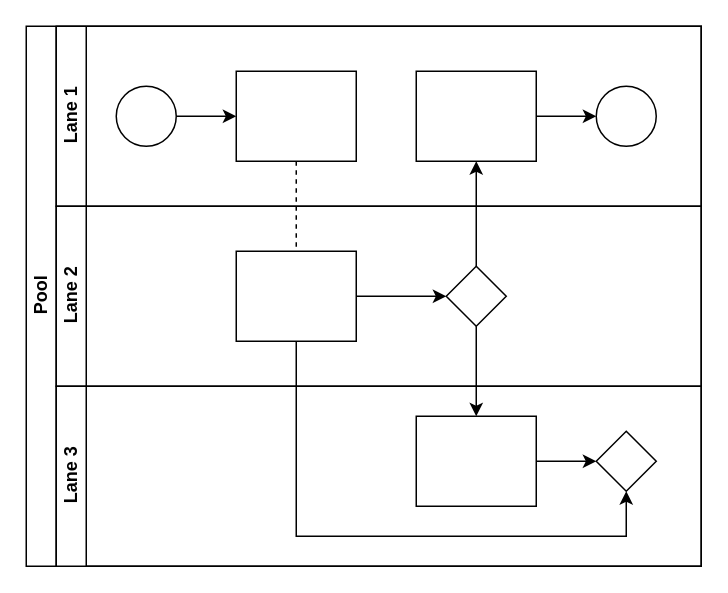
Earlier version of the draw.io diagram test.drawio (olivierbigot-pr/MDH). Source tidied: cells renumbered, new cells numbered last; positions are measured from the earlier drawing's top-left corner, leaving out a move shared by most shapes. Both pictures are drawn from the tidied source at 150%, with x=0, y=0 at pixel (26, 26).
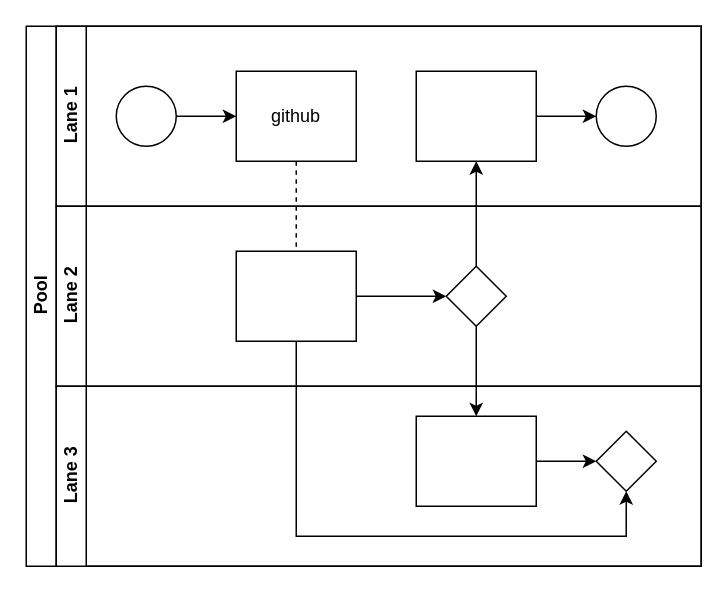
The same diagram, later.

Commit message:
Mettre à jour test.drawio

The change refers to these unchanged cells:
```xml
<mxCell id="7" value="Lane 1" style="swimlane;html=1;startSize=20;horizontal=0;" parent="2" vertex="1">
  <mxGeometry x="20" width="430" height="120" as="geometry" />
</mxCell>
```

The edit, as a diff of the source:
```diff
@@
-    <mxCell id="10" style="rounded=0;whiteSpace=wrap;html=1;fontFamily=Helvetica;fontSize=12;fontColor=#000000;align=center;" parent="7" vertex="1">
+    <mxCell id="10" value="github" style="rounded=0;whiteSpace=wrap;html=1;fontFamily=Helvetica;fontSize=12;fontColor=#000000;align=center;" parent="7" vertex="1">
       <mxGeometry x="120" y="30" width="80" height="60" as="geometry" />
     </mxCell>
```
